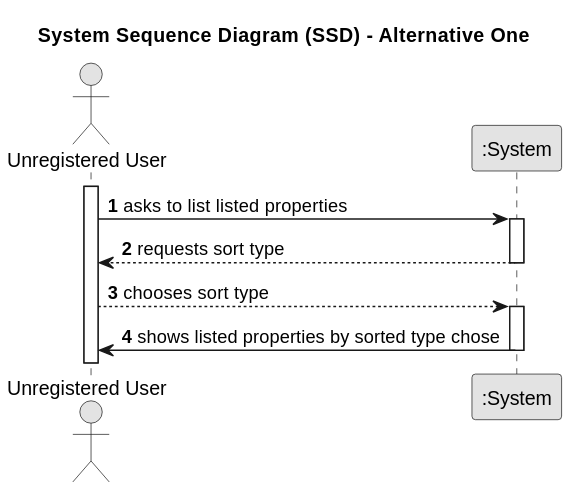
PEDROMOREIRA45/lei-23-s2-1dg-g31 keeps this PlantUML diagram as docs/sprintA/us001/01.requirements-engineering/svg/us001-system-sequence-diagram-alternative-one-System_Sequence_Diagram__SSD____Alternative_One.svg. Above is the earlier version.
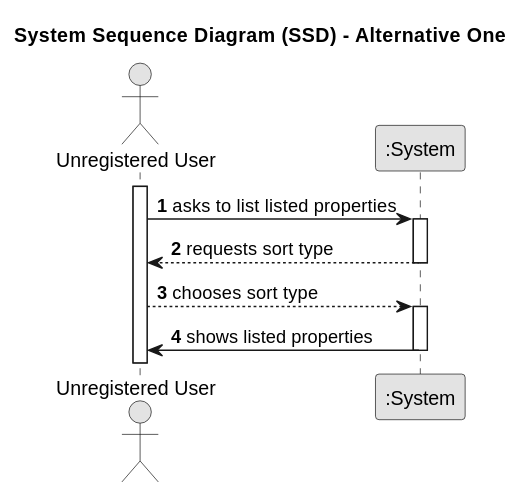
The same file after the commit.

Commit message:
us001 Readme.md changes added alternative ssd

The edit, as a diff of the source:
```diff
@@ -21,6 +21,6 @@
     User --> System : chooses sort type
     activate System
 
-        System -> User : shows listed properties by sorted type chose
+        System -> User : shows listed properties
     deactivate System
 @enduml
```
